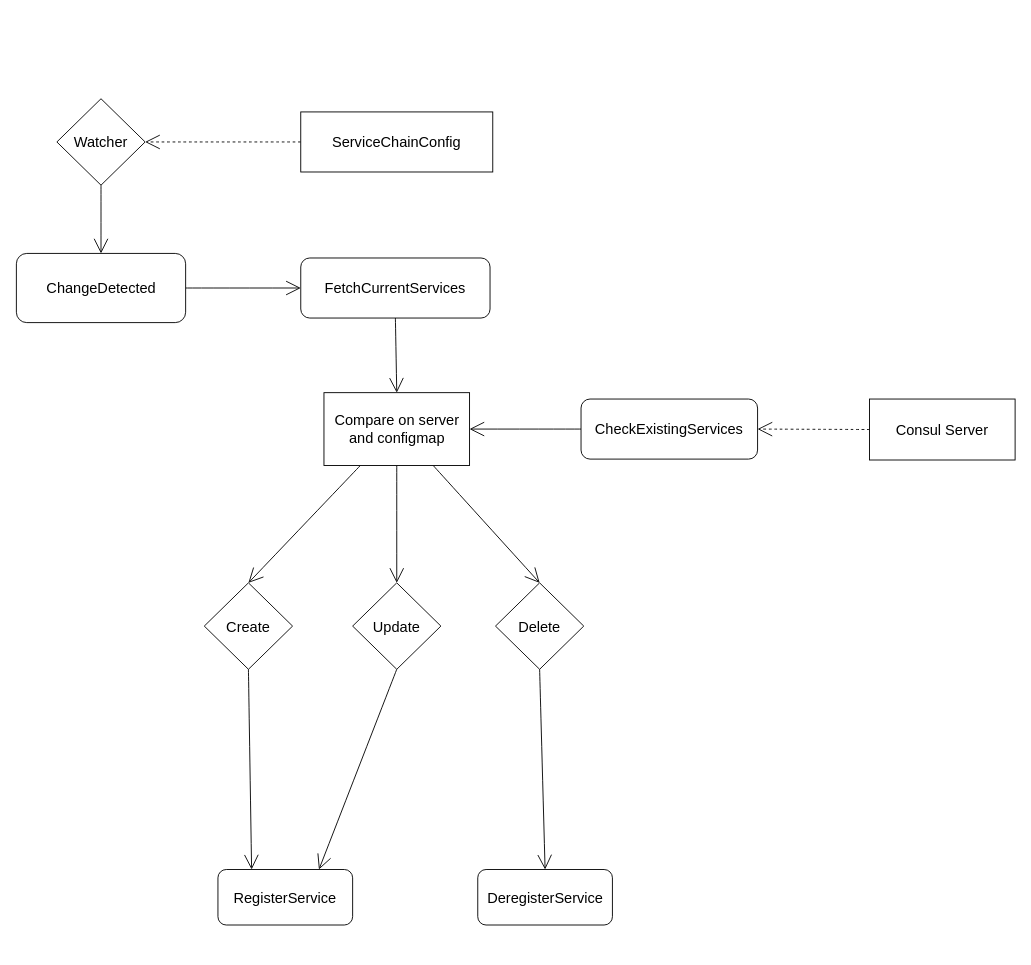
TechnoCrush/Diagrams keeps this draw.io diagram as ConsulControllerDesign.drawio. Above is the earlier version. Source tidied: cells renumbered, new cells numbered last; positions are measured from the earlier drawing's top-left corner, leaving out a move shared by most shapes. Both pictures are drawn from the tidied source at 91%, with x=0, y=0 at pixel (15, 98).
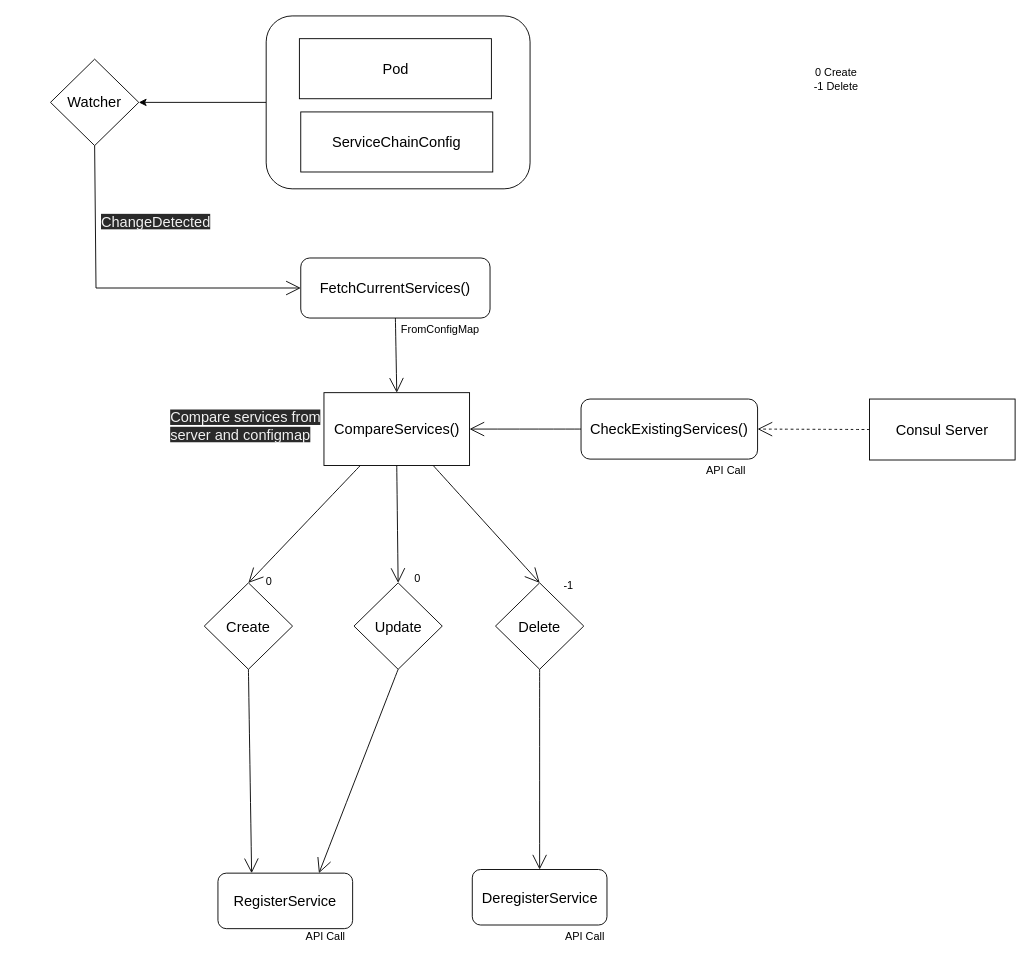
The same page after the edit.

Unchanged cells that the change refers to:
```xml
<mxCell id="7" value="ServiceChainConfig" style="whiteSpace=wrap;html=1;fontSize=16;" parent="1" vertex="1">
  <mxGeometry x="313" y="14.5" width="211" height="66" as="geometry" />
</mxCell>
```

Change to the diagram source:
```diff
@@
-    <mxCell id="2" style="edgeStyle=none;curved=1;rounded=0;jettySize=auto;html=1;exitX=1;exitY=0.5;exitDx=0;exitDy=0;entryX=0;entryY=0.5;entryDx=0;entryDy=0;fontSize=12;endArrow=open;startSize=14;endSize=14;sourcePerimeterSpacing=8;targetPerimeterSpacing=8;" parent="1" edge="1" source="3" target="11">
-      <mxGeometry relative="1" as="geometry" />
-    </mxCell>
-    <mxCell id="3" value="ChangeDetected" style="rounded=1;whiteSpace=wrap;html=1;fontSize=16;" parent="1" vertex="1">
-      <mxGeometry x="0.5" y="170" width="186" height="76" as="geometry" />
-    </mxCell>
+    <mxCell id="26" style="edgeStyle=orthogonalEdgeStyle;rounded=0;jettySize=auto;html=1;exitX=0;exitY=0.5;exitDx=0;exitDy=0;entryX=1;entryY=0.5;entryDx=0;entryDy=0;" parent="1" edge="1" source="27" target="19">
+      <mxGeometry relative="1" as="geometry" />
+    </mxCell>
+    <mxCell id="27" style="rounded=1;whiteSpace=wrap;html=1;" parent="1" vertex="1">
+      <mxGeometry x="275" y="-91" width="290" height="190" as="geometry" />
+    </mxCell>
@@
-    <mxCell id="6" style="edgeStyle=none;curved=1;rounded=0;jettySize=auto;html=1;exitX=0;exitY=0.5;exitDx=0;exitDy=0;entryX=1;entryY=0.5;entryDx=0;entryDy=0;fontSize=12;endArrow=open;startSize=14;endSize=14;sourcePerimeterSpacing=8;targetPerimeterSpacing=8;dashed=1;" parent="1" edge="1" source="7" target="19">
-      <mxGeometry relative="1" as="geometry" />
-    </mxCell>
@@
-    <mxCell id="9" value="CheckExistingServices" style="rounded=1;whiteSpace=wrap;html=1;fontSize=16;" parent="1" vertex="1">
+    <mxCell id="9" value="CheckExistingServices()" style="rounded=1;whiteSpace=wrap;html=1;fontSize=16;" parent="1" vertex="1">
       <mxGeometry x="621" y="330" width="194" height="66" as="geometry" />
     </mxCell>
@@
-    <mxCell id="11" value="FetchCurrentServices" style="rounded=1;whiteSpace=wrap;html=1;fontSize=16;" parent="1" vertex="1">
+    <mxCell id="11" value="FetchCurrentServices()" style="rounded=1;whiteSpace=wrap;html=1;fontSize=16;" parent="1" vertex="1">
       <mxGeometry x="313" y="175" width="208" height="66" as="geometry" />
     </mxCell>
     <mxCell id="12" value="RegisterService" style="rounded=1;whiteSpace=wrap;html=1;fontSize=16;" parent="1" vertex="1">
-      <mxGeometry x="222" y="847" width="148" height="61" as="geometry" />
+      <mxGeometry x="222" y="851" width="148" height="61" as="geometry" />
     </mxCell>
     <mxCell id="13" value="DeregisterService" style="rounded=1;whiteSpace=wrap;html=1;fontSize=16;" parent="1" vertex="1">
-      <mxGeometry x="507.5" y="847" width="148" height="61" as="geometry" />
+      <mxGeometry x="501.5" y="847" width="148" height="61" as="geometry" />
     </mxCell>
@@
-    <mxCell id="18" style="edgeStyle=none;curved=1;rounded=0;jettySize=auto;html=1;exitX=0.5;exitY=1;exitDx=0;exitDy=0;entryX=0.5;entryY=0;entryDx=0;entryDy=0;fontSize=12;endArrow=open;startSize=14;endSize=14;sourcePerimeterSpacing=8;targetPerimeterSpacing=8;" parent="1" edge="1" source="19" target="3">
-      <mxGeometry relative="1" as="geometry" />
-    </mxCell>
+    <mxCell id="28" style="edgeStyle=none;rounded=0;jettySize=auto;html=1;exitX=0.5;exitY=1;exitDx=0;exitDy=0;entryX=0;entryY=0.5;entryDx=0;entryDy=0;fontSize=12;endArrow=open;startSize=14;endSize=14;sourcePerimeterSpacing=8;targetPerimeterSpacing=8;" parent="1" edge="1" source="19" target="11">
+      <mxGeometry relative="1" as="geometry">
+        <Array as="points">
+          <mxPoint x="88" y="208" />
+        </Array>
+      </mxGeometry>
+    </mxCell>
     <mxCell id="19" value="Watcher" style="rhombus;whiteSpace=wrap;html=1;fontSize=16;" parent="1" vertex="1">
-      <mxGeometry x="45" width="97" height="95" as="geometry" />
+      <mxGeometry x="38" y="-43.5" width="97" height="95" as="geometry" />
     </mxCell>
@@
     <mxCell id="21" value="Update" style="rhombus;whiteSpace=wrap;html=1;fontSize=16;" parent="1" vertex="1">
-      <mxGeometry x="370" y="532" width="97" height="95" as="geometry" />
+      <mxGeometry x="371.5" y="532" width="97" height="95" as="geometry" />
     </mxCell>
@@
-    <mxCell id="25" value="Compare on server and configmap" style="rounded=0;whiteSpace=wrap;html=1;fontSize=16;" parent="1" vertex="1">
+    <mxCell id="25" value="CompareServices()" style="rounded=0;whiteSpace=wrap;html=1;fontSize=16;" parent="1" vertex="1">
       <mxGeometry x="338.5" y="323" width="160" height="80" as="geometry" />
     </mxCell>
+    <mxCell id="3" value="&lt;span style=&quot;color: rgb(240, 240, 240); font-family: Helvetica; font-size: 16px; font-style: normal; font-variant-ligatures: normal; font-variant-caps: normal; font-weight: 400; letter-spacing: normal; orphans: 2; text-align: center; text-indent: 0px; text-transform: none; widows: 2; word-spacing: 0px; -webkit-text-stroke-width: 0px; background-color: rgb(42, 42, 42); text-decoration-thickness: initial; text-decoration-style: initial; text-decoration-color: initial; float: none; display: inline !important;&quot;&gt;ChangeDetected&lt;/span&gt;" style="text;whiteSpace=wrap;html=1;fontSize=16;" parent="1" vertex="1">
+      <mxGeometry x="92" y="119" width="148" height="41" as="geometry" />
+    </mxCell>
+    <mxCell id="29" value="Pod" style="whiteSpace=wrap;html=1;fontSize=16;" parent="1" vertex="1">
+      <mxGeometry x="311.5" y="-66" width="211" height="66" as="geometry" />
+    </mxCell>
+    <mxCell id="30" value="FromConfigMap" style="text;html=1;align=center;verticalAlign=middle;strokeColor=none;fillColor=none;" parent="1" vertex="1">
+      <mxGeometry x="414" y="241" width="104" height="26" as="geometry" />
+    </mxCell>
+    <mxCell id="31" value="API Call" style="text;html=1;align=center;verticalAlign=middle;strokeColor=none;fillColor=none;" parent="1" vertex="1">
+      <mxGeometry x="749" y="396" width="61" height="26" as="geometry" />
+    </mxCell>
+    <mxCell id="32" value="&lt;span style=&quot;color: rgb(240, 240, 240); font-family: Helvetica; font-size: 16px; font-style: normal; font-variant-ligatures: normal; font-variant-caps: normal; font-weight: 400; letter-spacing: normal; orphans: 2; text-align: center; text-indent: 0px; text-transform: none; widows: 2; word-spacing: 0px; -webkit-text-stroke-width: 0px; background-color: rgb(42, 42, 42); text-decoration-thickness: initial; text-decoration-style: initial; text-decoration-color: initial; float: none; display: inline !important;&quot;&gt;Compare services from server and configmap&lt;/span&gt;" style="text;whiteSpace=wrap;html=1;" parent="1" vertex="1">
+      <mxGeometry x="168" y="334" width="196" height="69" as="geometry" />
+    </mxCell>
+    <mxCell id="33" value="0 Create&lt;br&gt;-1 Delete" style="text;html=1;align=center;verticalAlign=middle;strokeColor=none;fillColor=none;" parent="1" vertex="1">
+      <mxGeometry x="867" y="-42" width="67" height="41" as="geometry" />
+    </mxCell>
+    <mxCell id="34" value="0" style="text;html=1;align=center;verticalAlign=middle;strokeColor=none;fillColor=none;" parent="1" vertex="1">
+      <mxGeometry x="265" y="518" width="25" height="26" as="geometry" />
+    </mxCell>
+    <mxCell id="35" value="0" style="text;html=1;align=center;verticalAlign=middle;strokeColor=none;fillColor=none;" parent="1" vertex="1">
+      <mxGeometry x="428" y="515" width="25" height="26" as="geometry" />
+    </mxCell>
+    <mxCell id="36" value="-1" style="text;html=1;align=center;verticalAlign=middle;strokeColor=none;fillColor=none;" parent="1" vertex="1">
+      <mxGeometry x="592" y="522" width="29" height="26" as="geometry" />
+    </mxCell>
+    <mxCell id="37" value="API Call" style="text;html=1;align=center;verticalAlign=middle;strokeColor=none;fillColor=none;" parent="1" vertex="1">
+      <mxGeometry x="309" y="908" width="61" height="26" as="geometry" />
+    </mxCell>
+    <mxCell id="38" value="API Call" style="text;html=1;align=center;verticalAlign=middle;strokeColor=none;fillColor=none;" parent="1" vertex="1">
+      <mxGeometry x="594.5" y="908" width="61" height="26" as="geometry" />
+    </mxCell>
```
